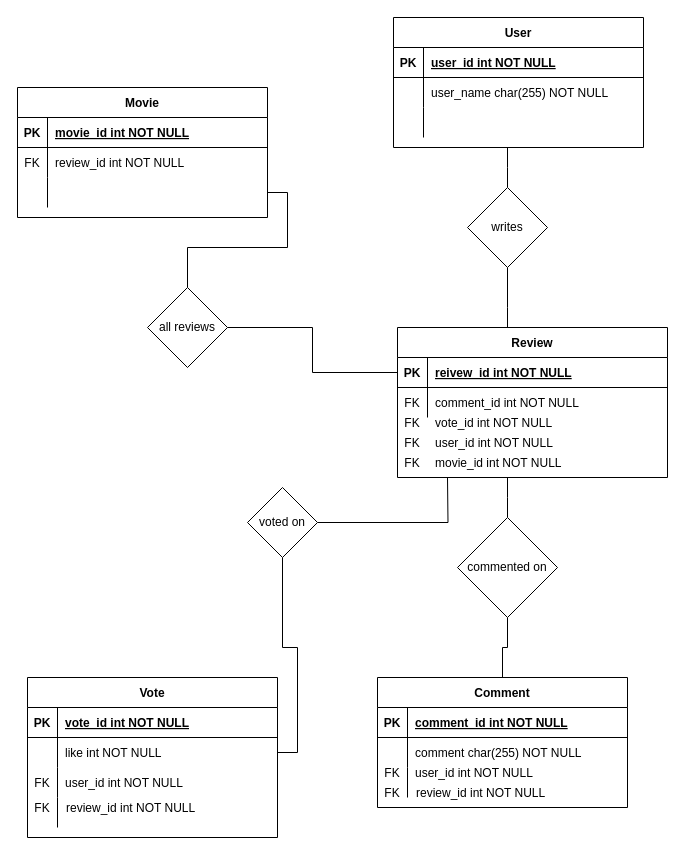
anglerona/ot-primer keeps this draw.io diagram as ERDiagram.drawio. Above is the earlier version. Source tidied: cells renumbered, new cells numbered last; positions are measured from the earlier drawing's top-left corner, leaving out a move shared by most shapes. Both pictures are drawn from the tidied source at 100%, with x=0, y=0 at pixel (17, 17).
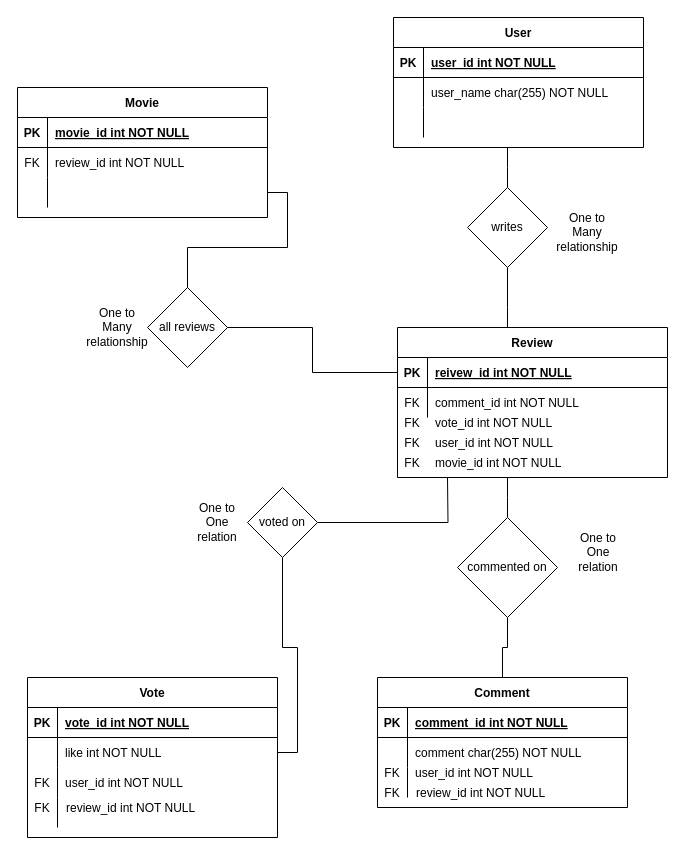
The same diagram, later.

Diff of the diagram source:
```diff
@@
+    <mxCell id="78" value="One to One relation" style="text;html=1;strokeColor=none;fillColor=none;align=center;verticalAlign=middle;whiteSpace=wrap;rounded=0;" parent="1" vertex="1">
+      <mxGeometry x="551" y="520" width="60" height="30" as="geometry" />
+    </mxCell>
+    <mxCell id="79" value="One to One relation" style="text;html=1;strokeColor=none;fillColor=none;align=center;verticalAlign=middle;whiteSpace=wrap;rounded=0;" parent="1" vertex="1">
+      <mxGeometry x="170" y="490" width="60" height="30" as="geometry" />
+    </mxCell>
+    <mxCell id="80" value="One to Many relationship" style="text;html=1;strokeColor=none;fillColor=none;align=center;verticalAlign=middle;whiteSpace=wrap;rounded=0;" parent="1" vertex="1">
+      <mxGeometry x="540" y="200" width="60" height="30" as="geometry" />
+    </mxCell>
+    <mxCell id="81" value="One to Many relationship" style="text;html=1;strokeColor=none;fillColor=none;align=center;verticalAlign=middle;whiteSpace=wrap;rounded=0;" parent="1" vertex="1">
+      <mxGeometry x="70" y="295" width="60" height="30" as="geometry" />
+    </mxCell>
```
